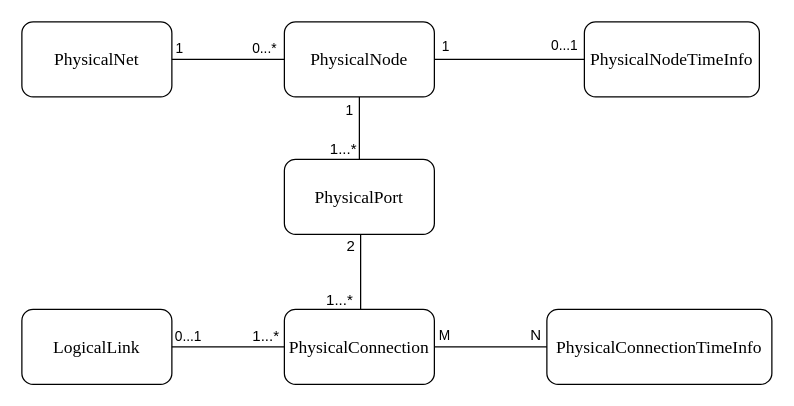
Above: page "数据库信息模型设计图" (3 of 4) of 未命名绘图.drawio in WhiteDeerValley/WhiteDeerValley (draw.io), before the change. Source tidied: cells renumbered, new cells numbered last; positions are measured from the earlier drawing's top-left corner, leaving out a move shared by most shapes. Both pictures are drawn from the tidied source at 125%, with x=0, y=0 at pixel (21, 21).
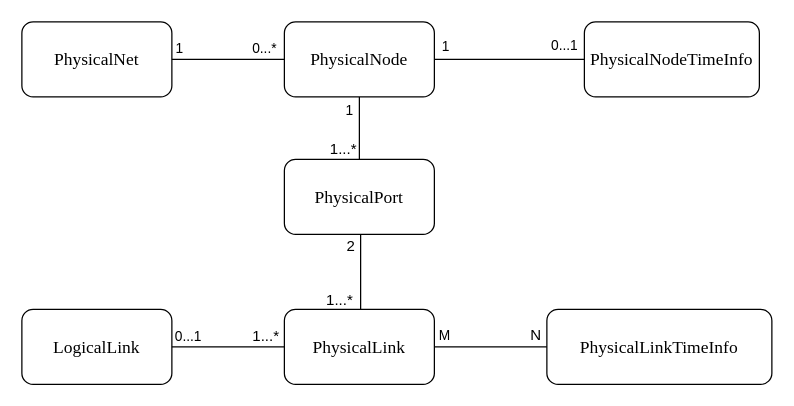
The same page after the edit.

Commit message:
更新未命名绘图.drawio

What changed in the source:
```diff
@@
-    <mxCell id="3" value="&lt;p class=&quot;MsoNormal&quot;&gt;&lt;span style=&quot;mso-spacerun:'yes';font-family:楷体;font-size:10.5000pt;&lt;br/&gt;mso-font-kerning:1.0000pt;&quot;&gt;&lt;font face=&quot;Times New Roman&quot;&gt;PhysicalConnectionTimeInfo&lt;/font&gt;&lt;/span&gt;&lt;/p&gt;" style="rounded=1;whiteSpace=wrap;html=1;" parent="1" vertex="1">
+    <mxCell id="3" value="&lt;p class=&quot;MsoNormal&quot;&gt;&lt;span style=&quot;mso-spacerun:'yes';font-family:楷体;font-size:10.5000pt;&lt;br/&gt;mso-font-kerning:1.0000pt;&quot;&gt;&lt;font face=&quot;Times New Roman&quot;&gt;PhysicalLinkTimeInfo&lt;/font&gt;&lt;/span&gt;&lt;/p&gt;" style="rounded=1;whiteSpace=wrap;html=1;" parent="1" vertex="1">
       <mxGeometry x="420" y="230" width="180" height="60" as="geometry" />
     </mxCell>
@@
-    <mxCell id="7" value="&lt;p class=&quot;MsoNormal&quot;&gt;&lt;span style=&quot;mso-spacerun:'yes';font-family:楷体;font-size:10.5000pt;&lt;br/&gt;mso-font-kerning:1.0000pt;&quot;&gt;&lt;font face=&quot;Times New Roman&quot;&gt;PhysicalConnection&lt;/font&gt;&lt;/span&gt;&lt;/p&gt;" style="rounded=1;whiteSpace=wrap;html=1;" parent="1" vertex="1">
+    <mxCell id="7" value="&lt;p class=&quot;MsoNormal&quot;&gt;&lt;span style=&quot;mso-spacerun:'yes';font-family:楷体;font-size:10.5000pt;&lt;br/&gt;mso-font-kerning:1.0000pt;&quot;&gt;&lt;font face=&quot;Times New Roman&quot;&gt;PhysicalLink&lt;/font&gt;&lt;/span&gt;&lt;/p&gt;" style="rounded=1;whiteSpace=wrap;html=1;" parent="1" vertex="1">
       <mxGeometry x="210" y="230" width="120" height="60" as="geometry" />
     </mxCell>
```
